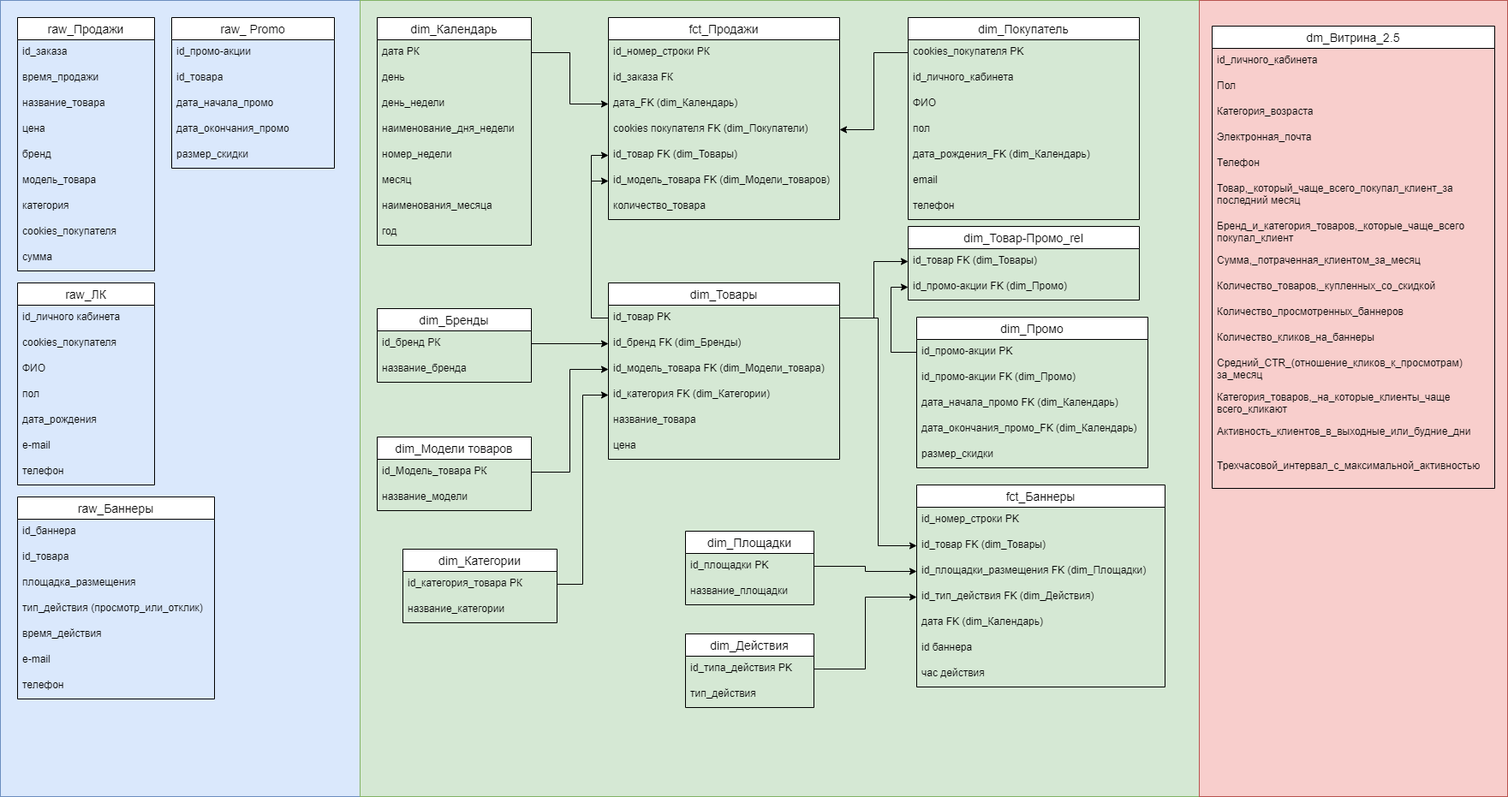
This is ER-диаграмма_pro.png from Git88user/zanatie_2.6-ER, a draw.io export, as it was before one commit. Source tidied: cells renumbered, new cells last; positions are measured from the earlier drawing's top-left corner, leaving out a move shared by most shapes.
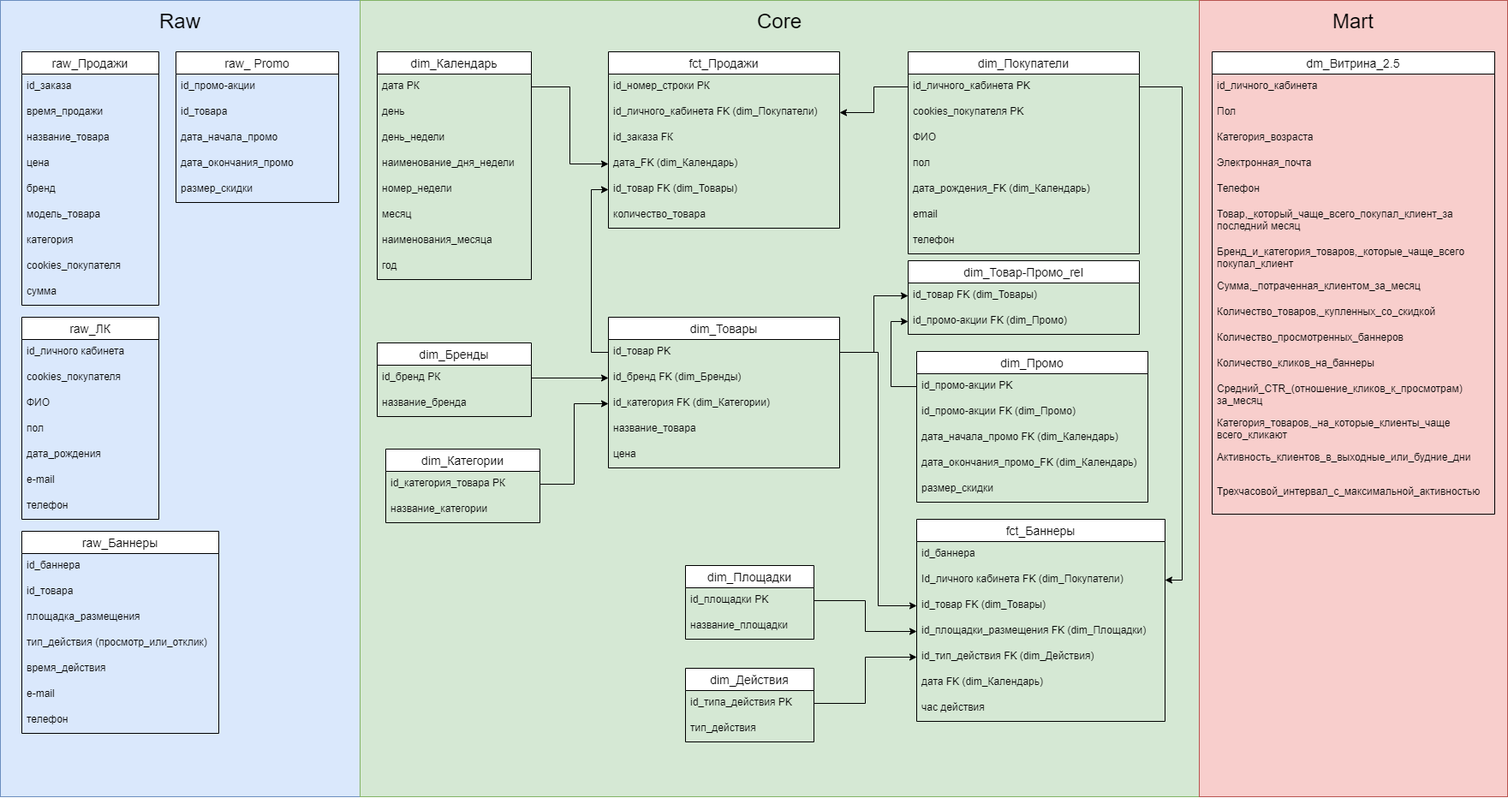
Above is the later version.

Commit message:
s_uchetom_zamechaniy_v2.0

The edit, as a diff of the source:
```diff
@@ -3,16 +3,16 @@
     <mxCell id="0" />
     <mxCell id="1" parent="0" />
     <mxCell id="2" style="rounded=0;whiteSpace=wrap;html=1;fillColor=#dae8fc;strokeColor=#6c8ebf;" parent="1" vertex="1">
-      <mxGeometry width="420" height="930" as="geometry" />
+      <mxGeometry y="-40" width="420" height="930" as="geometry" />
     </mxCell>
     <mxCell id="3" style="rounded=0;whiteSpace=wrap;html=1;fillColor=#d5e8d4;strokeColor=#82b366;" parent="1" vertex="1">
-      <mxGeometry x="420" width="980" height="930" as="geometry" />
+      <mxGeometry x="420" y="-40" width="980" height="930" as="geometry" />
     </mxCell>
     <mxCell id="4" style="rounded=0;whiteSpace=wrap;html=1;fillColor=#f8cecc;strokeColor=#b85450;" parent="1" vertex="1">
-      <mxGeometry x="1400" width="360" height="930" as="geometry" />
+      <mxGeometry x="1400" y="-40" width="360" height="930" as="geometry" />
     </mxCell>
     <mxCell id="5" value="raw_Продажи" style="swimlane;fontStyle=0;horizontal=1;startSize=26;align=center;fontSize=14;" parent="1" vertex="1">
-      <mxGeometry x="20" y="20" width="160" height="296" as="geometry" />
+      <mxGeometry x="25" y="20" width="160" height="296" as="geometry" />
     </mxCell>
     <mxCell id="6" value="id_заказа" style="text;strokeColor=none;fillColor=none;spacingLeft=4;spacingRight=4;overflow=hidden;fontSize=12;" parent="5" vertex="1">
       <mxGeometry y="26" width="160" height="30" as="geometry" />
@@ -42,7 +42,7 @@
       <mxGeometry y="266" width="160" height="30" as="geometry" />
     </mxCell>
     <mxCell id="15" value="raw_ЛК" style="swimlane;fontStyle=0;horizontal=1;startSize=26;align=center;fontSize=14;" parent="1" vertex="1">
-      <mxGeometry x="20" y="330" width="160" height="236" as="geometry" />
+      <mxGeometry x="25" y="330" width="160" height="236" as="geometry" />
     </mxCell>
     <mxCell id="16" value="id_личного кабинета" style="text;strokeColor=none;fillColor=none;spacingLeft=4;spacingRight=4;overflow=hidden;fontSize=12;" parent="15" vertex="1">
       <mxGeometry y="26" width="160" height="30" as="geometry" />
@@ -66,7 +66,7 @@
       <mxGeometry y="206" width="160" height="30" as="geometry" />
     </mxCell>
     <mxCell id="23" value="raw_Баннеры" style="swimlane;fontStyle=0;horizontal=1;startSize=26;align=center;fontSize=14;" parent="1" vertex="1">
-      <mxGeometry x="20" y="580" width="230" height="236" as="geometry" />
+      <mxGeometry x="25" y="580" width="230" height="236" as="geometry" />
     </mxCell>
     <mxCell id="24" value="id_баннера" style="text;strokeColor=none;fillColor=none;spacingLeft=4;spacingRight=4;overflow=hidden;fontSize=12;" parent="23" vertex="1">
       <mxGeometry y="26" width="230" height="30" as="geometry" />
@@ -90,7 +90,7 @@
       <mxGeometry y="206" width="230" height="30" as="geometry" />
     </mxCell>
     <mxCell id="31" value="raw_ Promo" style="swimlane;fontStyle=0;horizontal=1;startSize=26;align=center;fontSize=14;" parent="1" vertex="1">
-      <mxGeometry x="200" y="20" width="190" height="176" as="geometry" />
+      <mxGeometry x="205" y="20" width="190" height="176" as="geometry" />
     </mxCell>
     <mxCell id="32" value="id_промо-акции" style="text;strokeColor=none;fillColor=none;spacingLeft=4;spacingRight=4;overflow=hidden;fontSize=12;" parent="31" vertex="1">
       <mxGeometry y="26" width="190" height="30" as="geometry" />
@@ -143,17 +143,8 @@
     <mxCell id="48" value="название_бренда" style="text;strokeColor=none;fillColor=none;spacingLeft=4;spacingRight=4;overflow=hidden;fontSize=12;" parent="46" vertex="1">
       <mxGeometry y="56" width="180" height="30" as="geometry" />
     </mxCell>
-    <mxCell id="49" value="dim_Модели товаров" style="swimlane;fontStyle=0;horizontal=1;startSize=26;align=center;fontSize=14;" parent="1" vertex="1">
-      <mxGeometry x="440" y="510" width="180" height="86" as="geometry" />
-    </mxCell>
-    <mxCell id="50" value="id_Модель_товара РК" style="text;strokeColor=none;fillColor=none;spacingLeft=4;spacingRight=4;overflow=hidden;points=[[0,0.5],[1,0.5]];portConstraint=eastwest;fontSize=12;" parent="49" vertex="1">
-      <mxGeometry y="26" width="180" height="30" as="geometry" />
-    </mxCell>
-    <mxCell id="51" value="название_модели" style="text;strokeColor=none;fillColor=none;spacingLeft=4;spacingRight=4;overflow=hidden;fontSize=12;" parent="49" vertex="1">
-      <mxGeometry y="56" width="180" height="30" as="geometry" />
-    </mxCell>
     <mxCell id="52" value="dim_Категории" style="swimlane;fontStyle=0;horizontal=1;startSize=26;align=center;fontSize=14;" parent="1" vertex="1">
-      <mxGeometry x="470" y="641" width="180" height="86" as="geometry" />
+      <mxGeometry x="450" y="484" width="180" height="86" as="geometry" />
     </mxCell>
     <mxCell id="53" value="id_категория_товара РК" style="text;strokeColor=none;fillColor=none;spacingLeft=4;spacingRight=4;overflow=hidden;points=[[0,0.5],[1,0.5]];portConstraint=eastwest;fontSize=12;" parent="52" vertex="1">
       <mxGeometry y="26" width="180" height="30" as="geometry" />
@@ -162,31 +153,28 @@
       <mxGeometry y="56" width="180" height="30" as="geometry" />
     </mxCell>
     <mxCell id="55" value="fct_Продажи" style="swimlane;fontStyle=0;horizontal=1;startSize=26;align=center;fontSize=14;" parent="1" vertex="1">
-      <mxGeometry x="710" y="20" width="270" height="236" as="geometry" />
+      <mxGeometry x="710" y="20" width="270" height="206" as="geometry" />
     </mxCell>
     <mxCell id="56" value="id_номер_строки РК" style="text;strokeColor=none;fillColor=none;spacingLeft=4;spacingRight=4;overflow=hidden;fontSize=12;" parent="55" vertex="1">
       <mxGeometry y="26" width="270" height="30" as="geometry" />
     </mxCell>
+    <mxCell id="129" value="id_личного_кабинета FK (dim_Покупатели)" style="text;strokeColor=none;fillColor=none;spacingLeft=4;spacingRight=4;overflow=hidden;points=[[0,0.5],[1,0.5]];portConstraint=eastwest;fontSize=12;" parent="55" vertex="1">
+      <mxGeometry y="56" width="270" height="30" as="geometry" />
+    </mxCell>
     <mxCell id="57" value="id_заказа FК" style="text;strokeColor=none;fillColor=none;spacingLeft=4;spacingRight=4;overflow=hidden;fontSize=12;" parent="55" vertex="1">
-      <mxGeometry y="56" width="270" height="30" as="geometry" />
+      <mxGeometry y="86" width="270" height="30" as="geometry" />
     </mxCell>
     <mxCell id="58" value="дата_FK (dim_Календарь)" style="text;strokeColor=none;fillColor=none;spacingLeft=4;spacingRight=4;overflow=hidden;points=[[0,0.5],[1,0.5]];portConstraint=eastwest;fontSize=12;" parent="55" vertex="1">
-      <mxGeometry y="86" width="270" height="30" as="geometry" />
+      <mxGeometry y="116" width="270" height="30" as="geometry" />
     </mxCell>
-    <mxCell id="59" value="cookies покупателя FK (dim_Покупатели)" style="text;strokeColor=none;fillColor=none;spacingLeft=4;spacingRight=4;overflow=hidden;points=[[0,0.5],[1,0.5]];portConstraint=eastwest;fontSize=12;" parent="55" vertex="1">
-      <mxGeometry y="116" width="270" height="30" as="geometry" />
-    </mxCell>
     <mxCell id="60" value="id_товар FK (dim_Товары)" style="text;strokeColor=none;fillColor=none;spacingLeft=4;spacingRight=4;overflow=hidden;points=[[0,0.5],[1,0.5]];portConstraint=eastwest;fontSize=12;" parent="55" vertex="1">
       <mxGeometry y="146" width="270" height="30" as="geometry" />
     </mxCell>
-    <mxCell id="61" value="id_модель_товара FK (dim_Модели_товаров)" style="text;strokeColor=none;fillColor=none;spacingLeft=4;spacingRight=4;overflow=hidden;points=[[0,0.5],[1,0.5]];portConstraint=eastwest;fontSize=12;" parent="55" vertex="1">
-      <mxGeometry y="176" width="270" height="30" as="geometry" />
-    </mxCell>
     <mxCell id="62" value="количество_товара" style="text;strokeColor=none;fillColor=none;spacingLeft=4;spacingRight=4;overflow=hidden;fontSize=12;" parent="55" vertex="1">
-      <mxGeometry y="206" width="270" height="30" as="geometry" />
+      <mxGeometry y="176" width="270" height="30" as="geometry" />
     </mxCell>
     <mxCell id="63" value="dim_Товары" style="swimlane;fontStyle=0;horizontal=1;startSize=26;align=center;fontSize=14;" parent="1" vertex="1">
-      <mxGeometry x="710" y="330" width="270" height="206" as="geometry" />
+      <mxGeometry x="710" y="330" width="270" height="176" as="geometry" />
     </mxCell>
     <mxCell id="64" value="id_товар PK" style="text;strokeColor=none;fillColor=none;spacingLeft=4;spacingRight=4;overflow=hidden;points=[[0,0.5],[1,0.5]];portConstraint=eastwest;fontSize=12;" parent="63" vertex="1">
       <mxGeometry y="26" width="270" height="30" as="geometry" />
@@ -194,17 +182,14 @@
     <mxCell id="65" value="id_бренд FK (dim_Бренды)" style="text;strokeColor=none;fillColor=none;spacingLeft=4;spacingRight=4;overflow=hidden;points=[[0,0.5],[1,0.5]];portConstraint=eastwest;fontSize=12;" parent="63" vertex="1">
       <mxGeometry y="56" width="270" height="30" as="geometry" />
     </mxCell>
-    <mxCell id="66" value="id_модель_товара FK (dim_Модели_товара)" style="text;strokeColor=none;fillColor=none;spacingLeft=4;spacingRight=4;overflow=hidden;points=[[0,0.5],[1,0.5]];portConstraint=eastwest;fontSize=12;" parent="63" vertex="1">
-      <mxGeometry y="86" width="270" height="30" as="geometry" />
-    </mxCell>
     <mxCell id="67" value="id_категория FK (dim_Категории)" style="text;strokeColor=none;fillColor=none;spacingLeft=4;spacingRight=4;overflow=hidden;points=[[0,0.5],[1,0.5]];portConstraint=eastwest;fontSize=12;" parent="63" vertex="1">
-      <mxGeometry y="116" width="270" height="30" as="geometry" />
+      <mxGeometry y="86" width="270" height="30" as="geometry" />
     </mxCell>
     <mxCell id="68" value="название_товара" style="text;strokeColor=none;fillColor=none;spacingLeft=4;spacingRight=4;overflow=hidden;fontSize=12;" parent="63" vertex="1">
-      <mxGeometry y="146" width="270" height="30" as="geometry" />
+      <mxGeometry y="116" width="270" height="30" as="geometry" />
     </mxCell>
     <mxCell id="69" value="цена" style="text;strokeColor=none;fillColor=none;spacingLeft=4;spacingRight=4;overflow=hidden;fontSize=12;" parent="63" vertex="1">
-      <mxGeometry y="176" width="270" height="30" as="geometry" />
+      <mxGeometry y="146" width="270" height="30" as="geometry" />
     </mxCell>
     <mxCell id="70" value="dim_Площадки" style="swimlane;fontStyle=0;horizontal=1;startSize=26;align=center;fontSize=14;" parent="1" vertex="1">
       <mxGeometry x="800" y="620" width="150" height="86" as="geometry" />
@@ -224,15 +209,15 @@
     <mxCell id="75" value="тип_действия" style="text;strokeColor=none;fillColor=none;spacingLeft=4;spacingRight=4;overflow=hidden;fontSize=12;" parent="73" vertex="1">
       <mxGeometry y="56" width="150" height="30" as="geometry" />
     </mxCell>
-    <mxCell id="76" value="dim_Покупатель" style="swimlane;fontStyle=0;horizontal=1;startSize=26;align=center;fontSize=14;" parent="1" vertex="1">
+    <mxCell id="76" value="dim_Покупатели" style="swimlane;fontStyle=0;horizontal=1;startSize=26;align=center;fontSize=14;" parent="1" vertex="1">
       <mxGeometry x="1060" y="20" width="270" height="236" as="geometry" />
     </mxCell>
+    <mxCell id="130" value="id_личного_кабинета PK" style="text;strokeColor=none;fillColor=none;spacingLeft=4;spacingRight=4;overflow=hidden;points=[[0,0.5],[1,0.5]];portConstraint=eastwest;fontSize=12;" parent="76" vertex="1">
+      <mxGeometry y="26" width="270" height="30" as="geometry" />
+    </mxCell>
     <mxCell id="77" value="cookies_покупателя PK" style="text;strokeColor=none;fillColor=none;spacingLeft=4;spacingRight=4;overflow=hidden;points=[[0,0.5],[1,0.5]];portConstraint=eastwest;fontSize=12;" parent="76" vertex="1">
-      <mxGeometry y="26" width="270" height="30" as="geometry" />
+      <mxGeometry y="56" width="270" height="30" as="geometry" />
     </mxCell>
-    <mxCell id="78" value="id_личного_кабинета" style="text;strokeColor=none;fillColor=none;spacingLeft=4;spacingRight=4;overflow=hidden;fontSize=12;" parent="76" vertex="1">
-      <mxGeometry y="56" width="270" height="30" as="geometry" />
-    </mxCell>
     <mxCell id="79" value="ФИО" style="text;strokeColor=none;fillColor=none;spacingLeft=4;spacingRight=4;overflow=hidden;fontSize=12;" parent="76" vertex="1">
       <mxGeometry y="86" width="270" height="30" as="geometry" />
     </mxCell>
@@ -278,29 +263,29 @@
     <mxCell id="93" value="fct_Баннеры" style="swimlane;fontStyle=0;horizontal=1;startSize=26;align=center;fontSize=14;" parent="1" vertex="1">
       <mxGeometry x="1070" y="566" width="290" height="236" as="geometry" />
     </mxCell>
-    <mxCell id="94" value="id_номер_строки PK" style="text;strokeColor=none;fillColor=none;spacingLeft=4;spacingRight=4;overflow=hidden;fontSize=12;" parent="93" vertex="1">
+    <mxCell id="94" value="id_баннера" style="text;strokeColor=none;fillColor=none;spacingLeft=4;spacingRight=4;overflow=hidden;fontSize=12;" parent="93" vertex="1">
       <mxGeometry y="26" width="290" height="30" as="geometry" />
     </mxCell>
+    <mxCell id="131" value="Id_личного кабинета FK (dim_Покупатели)" style="text;strokeColor=none;fillColor=none;spacingLeft=4;spacingRight=4;overflow=hidden;points=[[0,0.5],[1,0.5]];portConstraint=eastwest;fontSize=12;" parent="93" vertex="1">
+      <mxGeometry y="56" width="290" height="30" as="geometry" />
+    </mxCell>
     <mxCell id="95" value="id_товар FK (dim_Товары)" style="text;strokeColor=none;fillColor=none;spacingLeft=4;spacingRight=4;overflow=hidden;points=[[0,0.5],[1,0.5]];portConstraint=eastwest;fontSize=12;" parent="93" vertex="1">
-      <mxGeometry y="56" width="290" height="30" as="geometry" />
+      <mxGeometry y="86" width="290" height="30" as="geometry" />
     </mxCell>
     <mxCell id="96" value="id_площадки_размещения FK (dim_Площадки)" style="text;strokeColor=none;fillColor=none;spacingLeft=4;spacingRight=4;overflow=hidden;points=[[0,0.5],[1,0.5]];portConstraint=eastwest;fontSize=12;" parent="93" vertex="1">
-      <mxGeometry y="86" width="290" height="30" as="geometry" />
+      <mxGeometry y="116" width="290" height="30" as="geometry" />
     </mxCell>
     <mxCell id="97" value="id_тип_действия FK (dim_Действия)" style="text;strokeColor=none;fillColor=none;spacingLeft=4;spacingRight=4;overflow=hidden;points=[[0,0.5],[1,0.5]];portConstraint=eastwest;fontSize=12;" parent="93" vertex="1">
-      <mxGeometry y="116" width="290" height="30" as="geometry" />
+      <mxGeometry y="146" width="290" height="30" as="geometry" />
     </mxCell>
     <mxCell id="98" value="дата FK (dim_Календарь)" style="text;strokeColor=none;fillColor=none;spacingLeft=4;spacingRight=4;overflow=hidden;fontSize=12;" parent="93" vertex="1">
-      <mxGeometry y="146" width="290" height="30" as="geometry" />
+      <mxGeometry y="176" width="290" height="30" as="geometry" />
     </mxCell>
-    <mxCell id="99" value="id баннера" style="text;strokeColor=none;fillColor=none;spacingLeft=4;spacingRight=4;overflow=hidden;fontSize=12;" parent="93" vertex="1">
-      <mxGeometry y="176" width="290" height="30" as="geometry" />
-    </mxCell>
     <mxCell id="100" value="час действия" style="text;strokeColor=none;fillColor=none;spacingLeft=4;spacingRight=4;overflow=hidden;fontSize=12;" parent="93" vertex="1">
       <mxGeometry y="206" width="290" height="30" as="geometry" />
     </mxCell>
     <mxCell id="101" value="dm_Витрина_2.5" style="swimlane;fontStyle=0;horizontal=1;startSize=26;align=center;fontSize=14;" parent="1" vertex="1">
-      <mxGeometry x="1415" y="30" width="330" height="540" as="geometry" />
+      <mxGeometry x="1415" y="20" width="330" height="540" as="geometry" />
     </mxCell>
     <mxCell id="102" value="id_личного_кабинета" style="text;strokeColor=none;fillColor=none;spacingLeft=4;spacingRight=4;overflow=hidden;fontSize=12;" parent="101" vertex="1">
       <mxGeometry y="26" width="330" height="30" as="geometry" />
@@ -359,9 +344,6 @@
     <mxCell id="120" style="edgeStyle=orthogonalEdgeStyle;rounded=0;jettySize=auto;html=1;exitX=1;exitY=0.5;exitDx=0;exitDy=0;entryX=0;entryY=0.5;entryDx=0;entryDy=0;" parent="1" edge="1" source="53" target="67">
       <mxGeometry relative="1" as="geometry" />
     </mxCell>
-    <mxCell id="121" style="edgeStyle=orthogonalEdgeStyle;rounded=0;jettySize=auto;html=1;exitX=1;exitY=0.5;exitDx=0;exitDy=0;entryX=0;entryY=0.5;entryDx=0;entryDy=0;" parent="1" edge="1" source="50" target="66">
-      <mxGeometry relative="1" as="geometry" />
-    </mxCell>
     <mxCell id="122" style="edgeStyle=orthogonalEdgeStyle;rounded=0;jettySize=auto;html=1;exitX=1;exitY=0.5;exitDx=0;exitDy=0;entryX=0;entryY=0.5;entryDx=0;entryDy=0;" parent="1" edge="1" source="74" target="97">
       <mxGeometry relative="1" as="geometry" />
     </mxCell>
@@ -374,14 +356,23 @@
     <mxCell id="125" style="edgeStyle=orthogonalEdgeStyle;rounded=0;jettySize=auto;html=1;exitX=0;exitY=0.5;exitDx=0;exitDy=0;entryX=0;entryY=0.5;entryDx=0;entryDy=0;" parent="1" edge="1" source="88" target="86">
       <mxGeometry relative="1" as="geometry" />
     </mxCell>
-    <mxCell id="126" style="edgeStyle=orthogonalEdgeStyle;rounded=0;jettySize=auto;html=1;exitX=0;exitY=0.5;exitDx=0;exitDy=0;entryX=1;entryY=0.5;entryDx=0;entryDy=0;" parent="1" edge="1" source="77" target="59">
-      <mxGeometry relative="1" as="geometry" />
-    </mxCell>
-    <mxCell id="127" style="edgeStyle=orthogonalEdgeStyle;rounded=0;jettySize=auto;html=1;exitX=0;exitY=0.5;exitDx=0;exitDy=0;entryX=0;entryY=0.5;entryDx=0;entryDy=0;" parent="1" edge="1" source="64" target="61">
-      <mxGeometry relative="1" as="geometry" />
-    </mxCell>
     <mxCell id="128" style="edgeStyle=orthogonalEdgeStyle;rounded=0;jettySize=auto;html=1;exitX=1;exitY=0.5;exitDx=0;exitDy=0;entryX=0;entryY=0.5;entryDx=0;entryDy=0;" parent="1" edge="1" source="64" target="95">
       <mxGeometry relative="1" as="geometry" />
     </mxCell>
+    <mxCell id="132" style="edgeStyle=orthogonalEdgeStyle;rounded=0;jettySize=auto;html=1;exitX=0;exitY=0.5;exitDx=0;exitDy=0;entryX=1;entryY=0.5;entryDx=0;entryDy=0;" parent="1" edge="1" source="130" target="129">
+      <mxGeometry relative="1" as="geometry" />
+    </mxCell>
+    <mxCell id="133" value="&lt;font style=&quot;font-size: 24px;&quot;&gt;Raw&lt;/font&gt;" style="text;strokeColor=none;align=center;fillColor=none;html=1;verticalAlign=middle;whiteSpace=wrap;rounded=0;" parent="1" vertex="1">
+      <mxGeometry x="180" y="-30" width="60" height="30" as="geometry" />
+    </mxCell>
+    <mxCell id="134" value="&lt;font style=&quot;font-size: 24px;&quot;&gt;Core&lt;/font&gt;" style="text;strokeColor=none;align=center;fillColor=none;html=1;verticalAlign=middle;whiteSpace=wrap;rounded=0;" parent="1" vertex="1">
+      <mxGeometry x="880" y="-30" width="60" height="30" as="geometry" />
+    </mxCell>
+    <mxCell id="135" value="&lt;font style=&quot;font-size: 24px;&quot;&gt;Mart&lt;/font&gt;" style="text;strokeColor=none;align=center;fillColor=none;html=1;verticalAlign=middle;whiteSpace=wrap;rounded=0;" parent="1" vertex="1">
+      <mxGeometry x="1550" y="-30" width="60" height="30" as="geometry" />
+    </mxCell>
+    <mxCell id="136" style="edgeStyle=orthogonalEdgeStyle;rounded=0;jettySize=auto;html=1;exitX=1;exitY=0.5;exitDx=0;exitDy=0;entryX=1;entryY=0.5;entryDx=0;entryDy=0;" parent="1" edge="1" source="130" target="131">
+      <mxGeometry relative="1" as="geometry" />
+    </mxCell>
   </root>
 </mxGraphModel>
```
